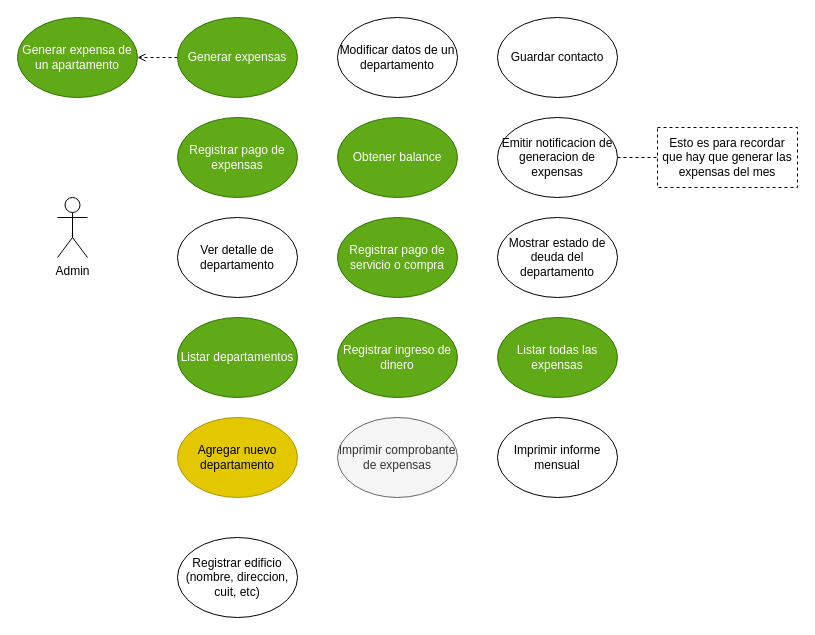
Above: docs/usecases.drawio in elmiguedev/expensoides (draw.io), before the change. Source tidied: cells renumbered, new cells numbered last; positions are measured from the earlier drawing's top-left corner, leaving out a move shared by most shapes. Both pictures are drawn from the tidied source at 100%, with x=0, y=0 at pixel (17, 17).
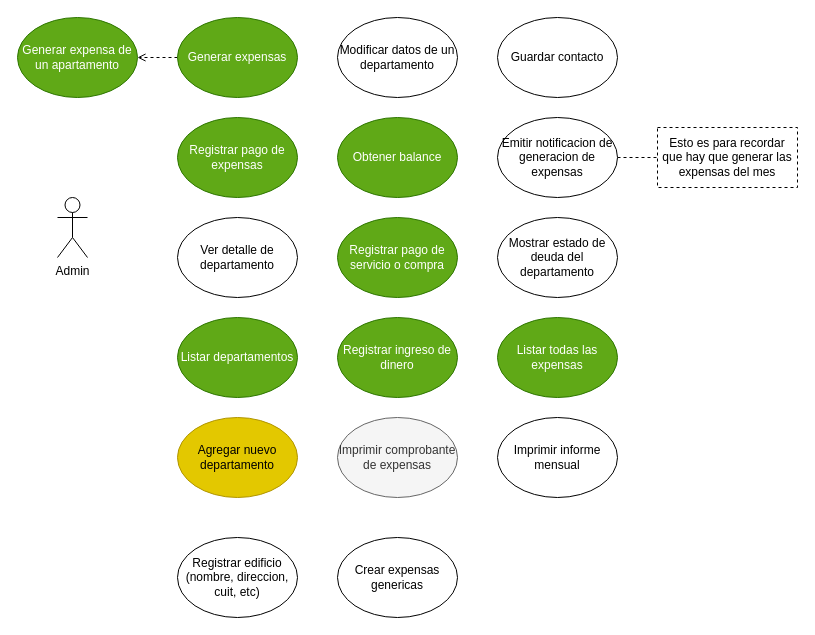
After the change.

What changed in the source:
```diff
@@
+    <mxCell id="24" value="Crear expensas genericas" style="ellipse;whiteSpace=wrap;html=1;" parent="1" vertex="1">
+      <mxGeometry x="320" y="520" width="120" height="80" as="geometry" />
+    </mxCell>
```
